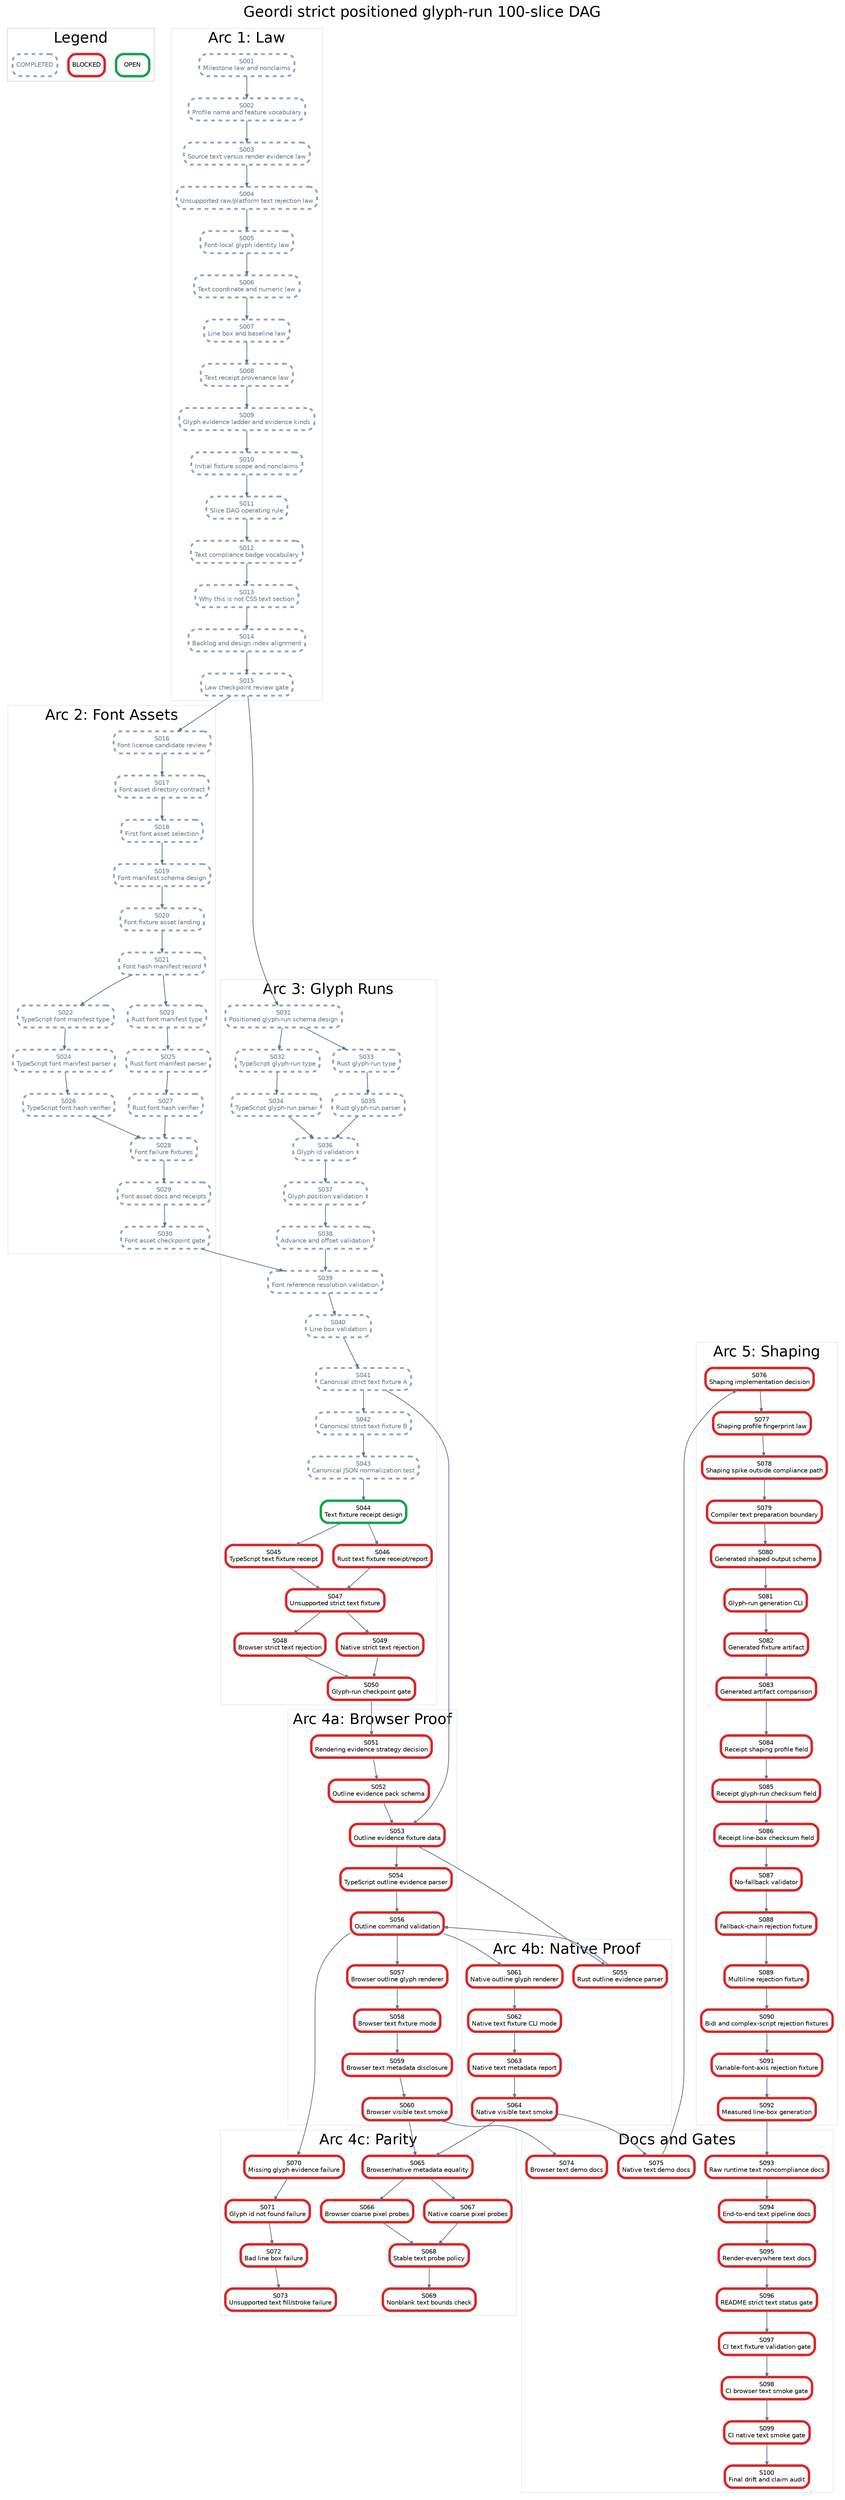
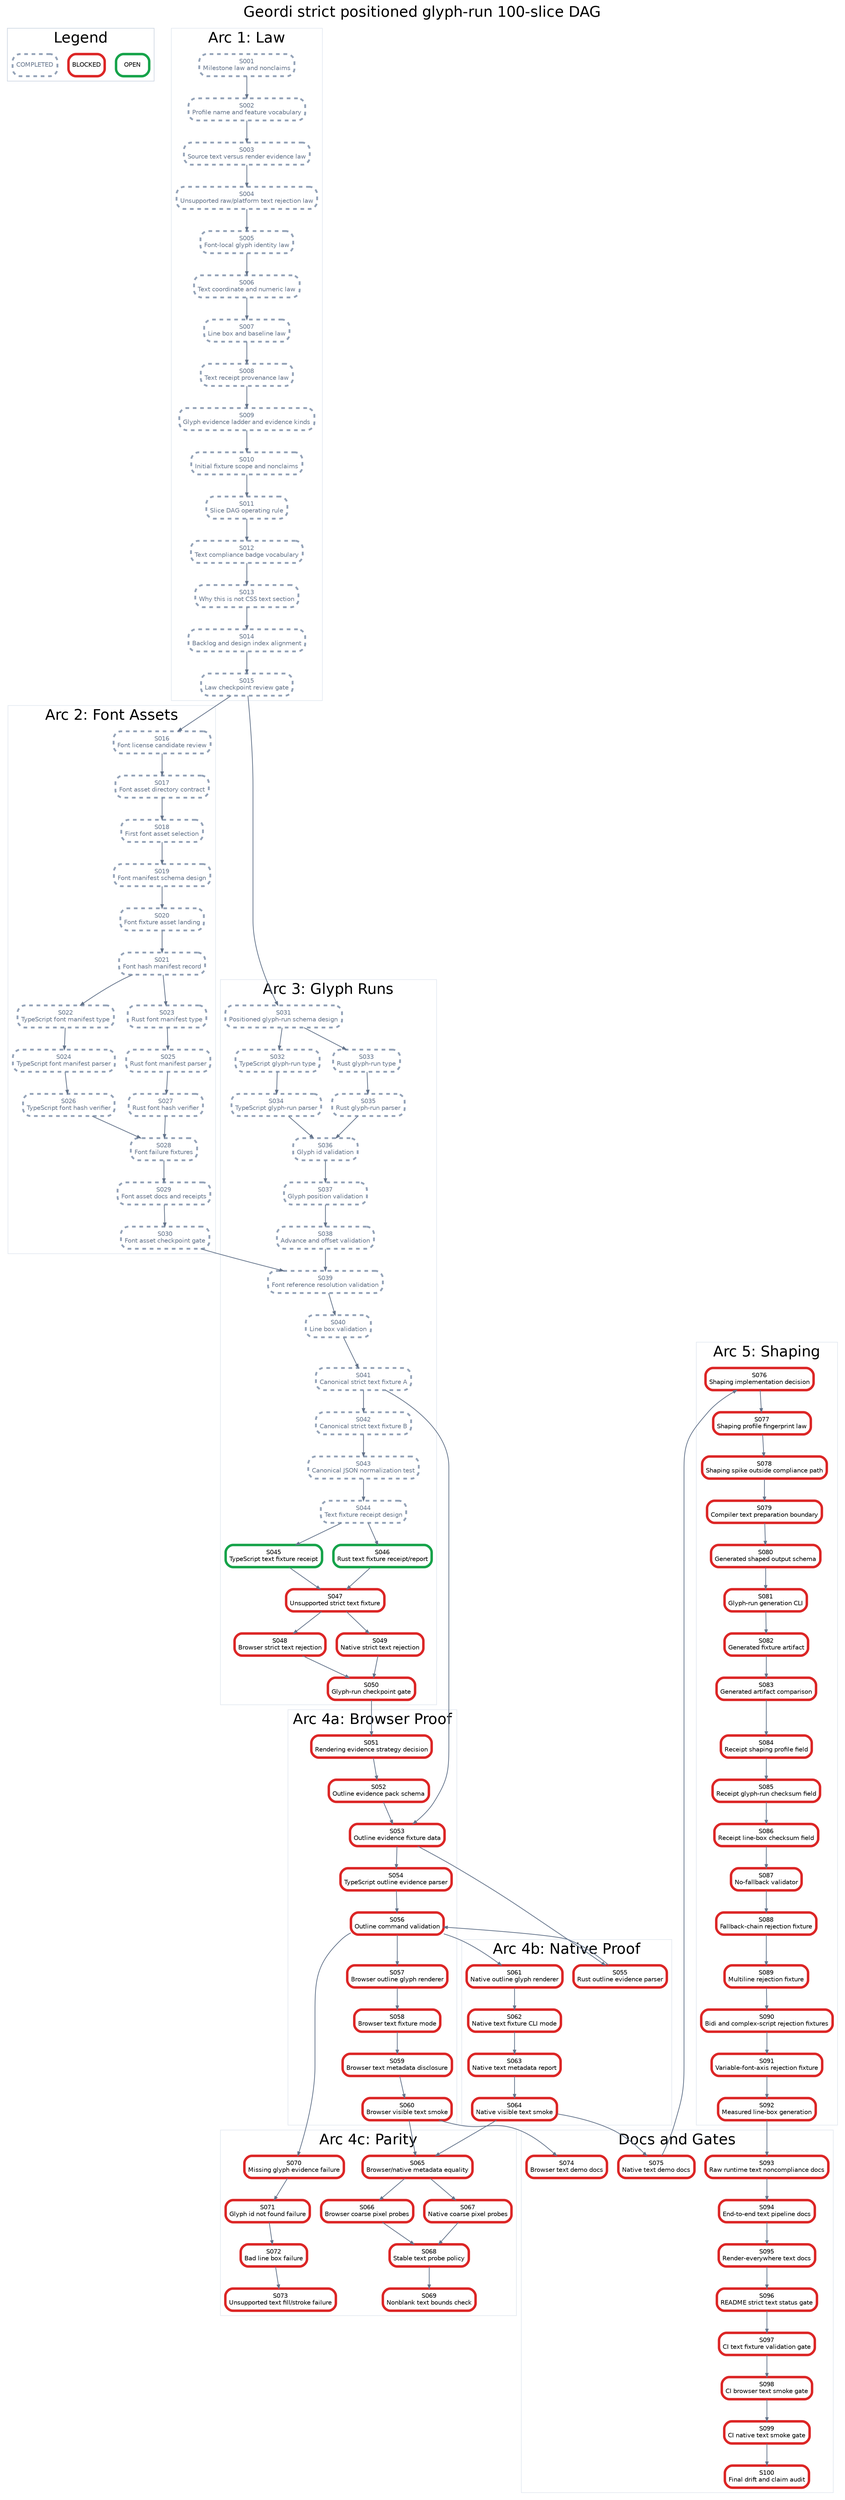
digraph StrictPositionedGlyphRunPlan {
  graph [rankdir=TB, bgcolor="white", fontname="Helvetica", label="Geordi strict positioned glyph-run 100-slice DAG", labelloc="t", fontsize=24];
  node [shape=box, style="rounded,filled", fillcolor="white", fontname="Helvetica", fontsize=10, margin="0.08,0.05"];
  edge [color="#64748b", arrowsize=0.6, penwidth=1.2];

  subgraph cluster_legend {
    label="Legend";
    color="#cbd5e1";
    legend_open [label="OPEN", color="#16a34a", penwidth=4];
    legend_blocked [label="BLOCKED", color="#dc2626", penwidth=4];
    legend_done [label="COMPLETED", color="#94a3b8", penwidth=3, style="rounded,filled,dashed", fontcolor="#64748b"];
  }

  subgraph cluster_law {
    label="Arc 1: Law";
    color="#e2e8f0";
    S001 [label="S001\nMilestone law and nonclaims", color="#94a3b8", penwidth=3, style="rounded,filled,dashed", fontcolor="#64748b"];
    S002 [label="S002\nProfile name and feature vocabulary", color="#94a3b8", penwidth=3, style="rounded,filled,dashed", fontcolor="#64748b"];
    S003 [label="S003\nSource text versus render evidence law", color="#94a3b8", penwidth=3, style="rounded,filled,dashed", fontcolor="#64748b"];
    S004 [label="S004\nUnsupported raw/platform text rejection law", color="#94a3b8", penwidth=3, style="rounded,filled,dashed", fontcolor="#64748b"];
    S005 [label="S005\nFont-local glyph identity law", color="#94a3b8", penwidth=3, style="rounded,filled,dashed", fontcolor="#64748b"];
    S006 [label="S006\nText coordinate and numeric law", color="#94a3b8", penwidth=3, style="rounded,filled,dashed", fontcolor="#64748b"];
    S007 [label="S007\nLine box and baseline law", color="#94a3b8", penwidth=3, style="rounded,filled,dashed", fontcolor="#64748b"];
    S008 [label="S008\nText receipt provenance law", color="#94a3b8", penwidth=3, style="rounded,filled,dashed", fontcolor="#64748b"];
    S009 [label="S009\nGlyph evidence ladder and evidence kinds", color="#94a3b8", penwidth=3, style="rounded,filled,dashed", fontcolor="#64748b"];
    S010 [label="S010\nInitial fixture scope and nonclaims", color="#94a3b8", penwidth=3, style="rounded,filled,dashed", fontcolor="#64748b"];
    S011 [label="S011\nSlice DAG operating rule", color="#94a3b8", penwidth=3, style="rounded,filled,dashed", fontcolor="#64748b"];
    S012 [label="S012\nText compliance badge vocabulary", color="#94a3b8", penwidth=3, style="rounded,filled,dashed", fontcolor="#64748b"];
    S013 [label="S013\nWhy this is not CSS text section", color="#94a3b8", penwidth=3, style="rounded,filled,dashed", fontcolor="#64748b"];
    S014 [label="S014\nBacklog and design index alignment", color="#94a3b8", penwidth=3, style="rounded,filled,dashed", fontcolor="#64748b"];
    S015 [label="S015\nLaw checkpoint review gate", color="#94a3b8", penwidth=3, style="rounded,filled,dashed", fontcolor="#64748b"];
  }

  subgraph cluster_assets {
    label="Arc 2: Font Assets";
    color="#e2e8f0";
    S016 [label="S016\nFont license candidate review", color="#94a3b8", penwidth=3, style="rounded,filled,dashed", fontcolor="#64748b"];
    S017 [label="S017\nFont asset directory contract", color="#94a3b8", penwidth=3, style="rounded,filled,dashed", fontcolor="#64748b"];
    S018 [label="S018\nFirst font asset selection", color="#94a3b8", penwidth=3, style="rounded,filled,dashed", fontcolor="#64748b"];
    S019 [label="S019\nFont manifest schema design", color="#94a3b8", penwidth=3, style="rounded,filled,dashed", fontcolor="#64748b"];
    S020 [label="S020\nFont fixture asset landing", color="#94a3b8", penwidth=3, style="rounded,filled,dashed", fontcolor="#64748b"];
    S021 [label="S021\nFont hash manifest record", color="#94a3b8", penwidth=3, style="rounded,filled,dashed", fontcolor="#64748b"];
    S022 [label="S022\nTypeScript font manifest type", color="#94a3b8", penwidth=3, style="rounded,filled,dashed", fontcolor="#64748b"];
    S023 [label="S023\nRust font manifest type", color="#94a3b8", penwidth=3, style="rounded,filled,dashed", fontcolor="#64748b"];
    S024 [label="S024\nTypeScript font manifest parser", color="#94a3b8", penwidth=3, style="rounded,filled,dashed", fontcolor="#64748b"];
    S025 [label="S025\nRust font manifest parser", color="#94a3b8", penwidth=3, style="rounded,filled,dashed", fontcolor="#64748b"];
    S026 [label="S026\nTypeScript font hash verifier", color="#94a3b8", penwidth=3, style="rounded,filled,dashed", fontcolor="#64748b"];
    S027 [label="S027\nRust font hash verifier", color="#94a3b8", penwidth=3, style="rounded,filled,dashed", fontcolor="#64748b"];
    S028 [label="S028\nFont failure fixtures", color="#94a3b8", penwidth=3, style="rounded,filled,dashed", fontcolor="#64748b"];
    S029 [label="S029\nFont asset docs and receipts", color="#94a3b8", penwidth=3, style="rounded,filled,dashed", fontcolor="#64748b"];
    S030 [label="S030\nFont asset checkpoint gate", color="#94a3b8", penwidth=3, style="rounded,filled,dashed", fontcolor="#64748b"];
  }

  subgraph cluster_glyph {
    label="Arc 3: Glyph Runs";
    color="#e2e8f0";
    S031 [label="S031\nPositioned glyph-run schema design", color="#94a3b8", penwidth=3, style="rounded,filled,dashed", fontcolor="#64748b"];
    S032 [label="S032\nTypeScript glyph-run type", color="#94a3b8", penwidth=3, style="rounded,filled,dashed", fontcolor="#64748b"];
    S033 [label="S033\nRust glyph-run type", color="#94a3b8", penwidth=3, style="rounded,filled,dashed", fontcolor="#64748b"];
    S034 [label="S034\nTypeScript glyph-run parser", color="#94a3b8", penwidth=3, style="rounded,filled,dashed", fontcolor="#64748b"];
    S035 [label="S035\nRust glyph-run parser", color="#94a3b8", penwidth=3, style="rounded,filled,dashed", fontcolor="#64748b"];
    S036 [label="S036\nGlyph id validation", color="#94a3b8", penwidth=3, style="rounded,filled,dashed", fontcolor="#64748b"];
    S037 [label="S037\nGlyph position validation", color="#94a3b8", penwidth=3, style="rounded,filled,dashed", fontcolor="#64748b"];
    S038 [label="S038\nAdvance and offset validation", color="#94a3b8", penwidth=3, style="rounded,filled,dashed", fontcolor="#64748b"];
    S039 [label="S039\nFont reference resolution validation", color="#94a3b8", penwidth=3, style="rounded,filled,dashed", fontcolor="#64748b"];
    S040 [label="S040\nLine box validation", color="#94a3b8", penwidth=3, style="rounded,filled,dashed", fontcolor="#64748b"];
    S041 [label="S041\nCanonical strict text fixture A", color="#94a3b8", penwidth=3, style="rounded,filled,dashed", fontcolor="#64748b"];
    S042 [label="S042\nCanonical strict text fixture B", color="#94a3b8", penwidth=3, style="rounded,filled,dashed", fontcolor="#64748b"];
    S043 [label="S043\nCanonical JSON normalization test", color="#94a3b8", penwidth=3, style="rounded,filled,dashed", fontcolor="#64748b"];
-     S044 [label="S044\nText fixture receipt design", color="#16a34a", penwidth=4];
-     S045 [label="S045\nTypeScript text fixture receipt", color="#dc2626", penwidth=4];
-     S046 [label="S046\nRust text fixture receipt/report", color="#dc2626", penwidth=4];
+     S044 [label="S044\nText fixture receipt design", color="#94a3b8", penwidth=3, style="rounded,filled,dashed", fontcolor="#64748b"];
+     S045 [label="S045\nTypeScript text fixture receipt", color="#16a34a", penwidth=4];
+     S046 [label="S046\nRust text fixture receipt/report", color="#16a34a", penwidth=4];
    S047 [label="S047\nUnsupported strict text fixture", color="#dc2626", penwidth=4];
    S048 [label="S048\nBrowser strict text rejection", color="#dc2626", penwidth=4];
    S049 [label="S049\nNative strict text rejection", color="#dc2626", penwidth=4];
    S050 [label="S050\nGlyph-run checkpoint gate", color="#dc2626", penwidth=4];
  }

  subgraph cluster_browser {
    label="Arc 4a: Browser Proof";
    color="#e2e8f0";
    S051 [label="S051\nRendering evidence strategy decision", color="#dc2626", penwidth=4];
    S052 [label="S052\nOutline evidence pack schema", color="#dc2626", penwidth=4];
    S053 [label="S053\nOutline evidence fixture data", color="#dc2626", penwidth=4];
    S054 [label="S054\nTypeScript outline evidence parser", color="#dc2626", penwidth=4];
    S056 [label="S056\nOutline command validation", color="#dc2626", penwidth=4];
    S057 [label="S057\nBrowser outline glyph renderer", color="#dc2626", penwidth=4];
    S058 [label="S058\nBrowser text fixture mode", color="#dc2626", penwidth=4];
    S059 [label="S059\nBrowser text metadata disclosure", color="#dc2626", penwidth=4];
    S060 [label="S060\nBrowser visible text smoke", color="#dc2626", penwidth=4];
  }

  subgraph cluster_native {
    label="Arc 4b: Native Proof";
    color="#e2e8f0";
    S055 [label="S055\nRust outline evidence parser", color="#dc2626", penwidth=4];
    S061 [label="S061\nNative outline glyph renderer", color="#dc2626", penwidth=4];
    S062 [label="S062\nNative text fixture CLI mode", color="#dc2626", penwidth=4];
    S063 [label="S063\nNative text metadata report", color="#dc2626", penwidth=4];
    S064 [label="S064\nNative visible text smoke", color="#dc2626", penwidth=4];
  }

  subgraph cluster_parity {
    label="Arc 4c: Parity";
    color="#e2e8f0";
    S065 [label="S065\nBrowser/native metadata equality", color="#dc2626", penwidth=4];
    S066 [label="S066\nBrowser coarse pixel probes", color="#dc2626", penwidth=4];
    S067 [label="S067\nNative coarse pixel probes", color="#dc2626", penwidth=4];
    S068 [label="S068\nStable text probe policy", color="#dc2626", penwidth=4];
    S069 [label="S069\nNonblank text bounds check", color="#dc2626", penwidth=4];
    S070 [label="S070\nMissing glyph evidence failure", color="#dc2626", penwidth=4];
    S071 [label="S071\nGlyph id not found failure", color="#dc2626", penwidth=4];
    S072 [label="S072\nBad line box failure", color="#dc2626", penwidth=4];
    S073 [label="S073\nUnsupported text fill/stroke failure", color="#dc2626", penwidth=4];
  }

  subgraph cluster_shaping {
    label="Arc 5: Shaping";
    color="#e2e8f0";
    S076 [label="S076\nShaping implementation decision", color="#dc2626", penwidth=4];
    S077 [label="S077\nShaping profile fingerprint law", color="#dc2626", penwidth=4];
    S078 [label="S078\nShaping spike outside compliance path", color="#dc2626", penwidth=4];
    S079 [label="S079\nCompiler text preparation boundary", color="#dc2626", penwidth=4];
    S080 [label="S080\nGenerated shaped output schema", color="#dc2626", penwidth=4];
    S081 [label="S081\nGlyph-run generation CLI", color="#dc2626", penwidth=4];
    S082 [label="S082\nGenerated fixture artifact", color="#dc2626", penwidth=4];
    S083 [label="S083\nGenerated artifact comparison", color="#dc2626", penwidth=4];
    S084 [label="S084\nReceipt shaping profile field", color="#dc2626", penwidth=4];
    S085 [label="S085\nReceipt glyph-run checksum field", color="#dc2626", penwidth=4];
    S086 [label="S086\nReceipt line-box checksum field", color="#dc2626", penwidth=4];
    S087 [label="S087\nNo-fallback validator", color="#dc2626", penwidth=4];
    S088 [label="S088\nFallback-chain rejection fixture", color="#dc2626", penwidth=4];
    S089 [label="S089\nMultiline rejection fixture", color="#dc2626", penwidth=4];
    S090 [label="S090\nBidi and complex-script rejection fixtures", color="#dc2626", penwidth=4];
    S091 [label="S091\nVariable-font-axis rejection fixture", color="#dc2626", penwidth=4];
    S092 [label="S092\nMeasured line-box generation", color="#dc2626", penwidth=4];
  }

  subgraph cluster_docs {
    label="Docs and Gates";
    color="#e2e8f0";
    S074 [label="S074\nBrowser text demo docs", color="#dc2626", penwidth=4];
    S075 [label="S075\nNative text demo docs", color="#dc2626", penwidth=4];
    S093 [label="S093\nRaw runtime text noncompliance docs", color="#dc2626", penwidth=4];
    S094 [label="S094\nEnd-to-end text pipeline docs", color="#dc2626", penwidth=4];
    S095 [label="S095\nRender-everywhere text docs", color="#dc2626", penwidth=4];
    S096 [label="S096\nREADME strict text status gate", color="#dc2626", penwidth=4];
    S097 [label="S097\nCI text fixture validation gate", color="#dc2626", penwidth=4];
    S098 [label="S098\nCI browser text smoke gate", color="#dc2626", penwidth=4];
    S099 [label="S099\nCI native text smoke gate", color="#dc2626", penwidth=4];
    S100 [label="S100\nFinal drift and claim audit", color="#dc2626", penwidth=4];
  }

  S001 -> S002;
  S002 -> S003;
  S003 -> S004;
  S004 -> S005;
  S005 -> S006;
  S006 -> S007;
  S007 -> S008;
  S008 -> S009;
  S009 -> S010;
  S010 -> S011;
  S011 -> S012;
  S012 -> S013;
  S013 -> S014;
  S014 -> S015;
  S015 -> S016;
  S016 -> S017;
  S017 -> S018;
  S018 -> S019;
  S019 -> S020;
  S020 -> S021;
  S021 -> S022;
  S021 -> S023;
  S022 -> S024;
  S023 -> S025;
  S024 -> S026;
  S025 -> S027;
  S026 -> S028;
  S027 -> S028;
  S028 -> S029;
  S029 -> S030;
  S015 -> S031;
  S031 -> S032;
  S031 -> S033;
  S032 -> S034;
  S033 -> S035;
  S034 -> S036;
  S035 -> S036;
  S036 -> S037;
  S037 -> S038;
  S038 -> S039;
  S039 -> S040;
  S030 -> S039;
  S040 -> S041;
  S041 -> S042;
  S042 -> S043;
  S043 -> S044;
  S044 -> S045;
  S044 -> S046;
  S045 -> S047;
  S046 -> S047;
  S047 -> S048;
  S047 -> S049;
  S048 -> S050;
  S049 -> S050;
  S050 -> S051;
  S051 -> S052;
  S052 -> S053;
  S041 -> S053;
  S053 -> S054;
  S053 -> S055;
  S054 -> S056;
  S055 -> S056;
  S056 -> S057;
  S057 -> S058;
  S058 -> S059;
  S059 -> S060;
  S056 -> S061;
  S061 -> S062;
  S062 -> S063;
  S063 -> S064;
  S060 -> S065;
  S064 -> S065;
  S065 -> S066;
  S065 -> S067;
  S066 -> S068;
  S067 -> S068;
  S068 -> S069;
  S056 -> S070;
  S070 -> S071;
  S071 -> S072;
  S072 -> S073;
  S060 -> S074;
  S064 -> S075;
  S075 -> S076;
  S076 -> S077;
  S077 -> S078;
  S078 -> S079;
  S079 -> S080;
  S080 -> S081;
  S081 -> S082;
  S082 -> S083;
  S083 -> S084;
  S084 -> S085;
  S085 -> S086;
  S086 -> S087;
  S087 -> S088;
  S088 -> S089;
  S089 -> S090;
  S090 -> S091;
  S091 -> S092;
  S092 -> S093;
  S093 -> S094;
  S094 -> S095;
  S095 -> S096;
  S096 -> S097;
  S097 -> S098;
  S098 -> S099;
  S099 -> S100;
}
